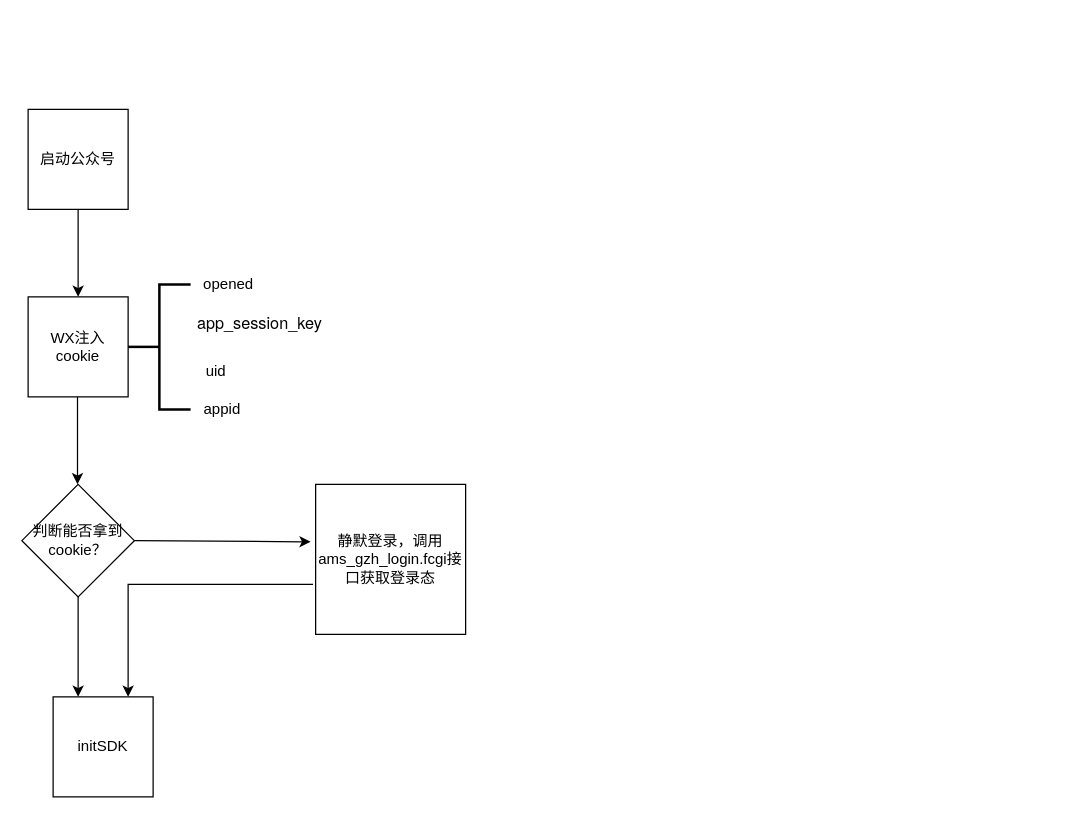
Above: page "第 3 页" (3 of 3) of 未命名绘图.drawio in ios2014/ios-- (draw.io), before the change. Source tidied: cells renumbered, new cells numbered last; positions are measured from the earlier drawing's top-left corner, leaving out a move shared by most shapes. Both pictures are drawn from the tidied source at 125%, with x=0, y=0 at pixel (21, 109).
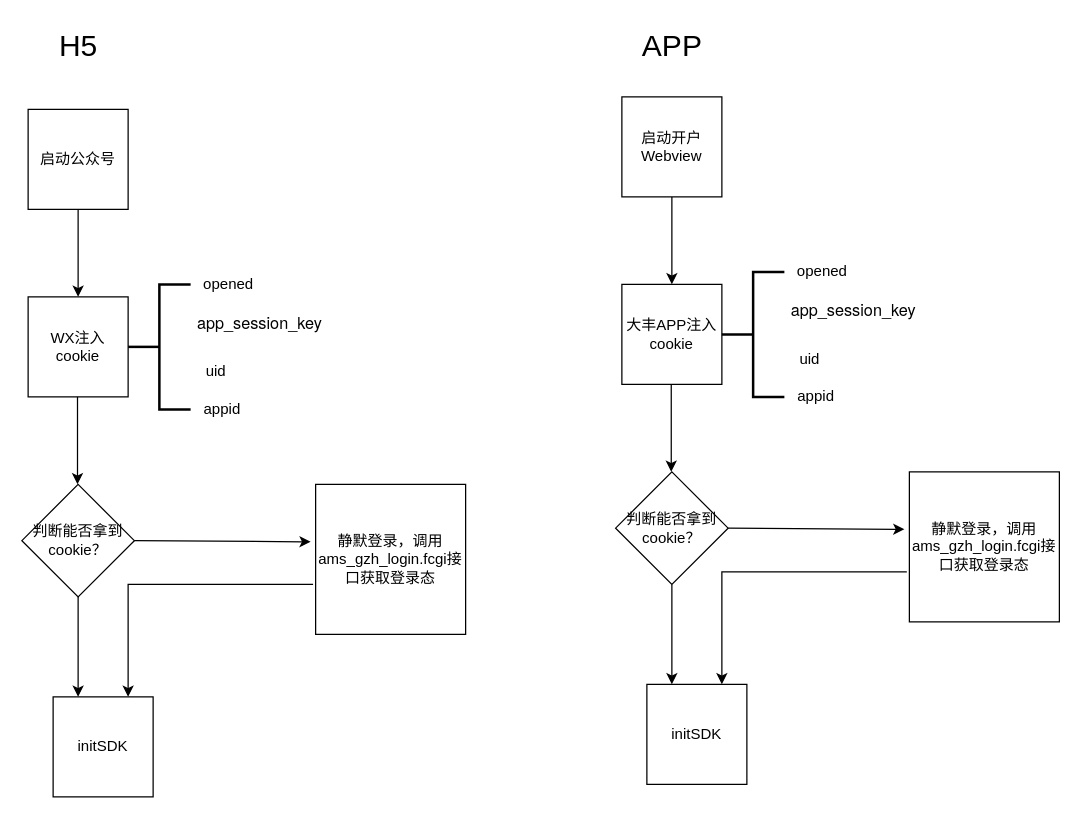
The same diagram, later.

Diff of the diagram source:
```diff
@@
+    <mxCell id="17" value="判断能否拿到cookie？" style="rhombus;whiteSpace=wrap;html=1;" parent="1" vertex="1">
+      <mxGeometry x="475" y="290" width="90" height="90" as="geometry" />
+    </mxCell>
+    <mxCell id="18" value="initSDK" style="whiteSpace=wrap;html=1;" parent="1" vertex="1">
+      <mxGeometry x="500" y="460" width="80" height="80" as="geometry" />
+    </mxCell>
+    <mxCell id="19" value="静默登录，调用ams_gzh_login.fcgi接口获取登录态" style="whiteSpace=wrap;html=1;" parent="1" vertex="1">
+      <mxGeometry x="710" y="290" width="120" height="120" as="geometry" />
+    </mxCell>
+    <mxCell id="20" style="endArrow=classic;html=1;rounded=0;exitX=1;exitY=0.5;exitDx=0;exitDy=0;entryX=-0.033;entryY=0.383;entryDx=0;entryDy=0;entryPerimeter=0;" parent="1" edge="1" source="17" target="19">
+      <mxGeometry relative="1" as="geometry" />
+    </mxCell>
+    <mxCell id="21" style="endArrow=classic;html=1;rounded=0;exitX=0.5;exitY=1;exitDx=0;exitDy=0;entryX=0.25;entryY=0;entryDx=0;entryDy=0;" parent="1" edge="1" source="17" target="18">
+      <mxGeometry relative="1" as="geometry" />
+    </mxCell>
+    <mxCell id="22" style="endArrow=classic;html=1;rounded=0;exitX=-0.017;exitY=0.667;exitDx=0;exitDy=0;entryX=0.75;entryY=0;entryDx=0;entryDy=0;exitPerimeter=0;" parent="1" edge="1" source="19" target="18">
+      <mxGeometry relative="1" as="geometry">
+        <Array as="points">
+          <mxPoint x="560" y="370" />
+        </Array>
+      </mxGeometry>
+    </mxCell>
+    <mxCell id="23" value="大丰APP注入cookie" style="whiteSpace=wrap;html=1;" parent="1" vertex="1">
+      <mxGeometry x="480" y="140" width="80" height="80" as="geometry" />
+    </mxCell>
+    <mxCell id="24" value="启动开户Webview" style="whiteSpace=wrap;html=1;" parent="1" vertex="1">
+      <mxGeometry x="480" y="-10" width="80" height="80" as="geometry" />
+    </mxCell>
+    <mxCell id="25" style="endArrow=classic;html=1;rounded=0;exitX=0.5;exitY=1;exitDx=0;exitDy=0;entryX=0.5;entryY=0;entryDx=0;entryDy=0;" parent="1" edge="1" source="24" target="23">
+      <mxGeometry relative="1" as="geometry" />
+    </mxCell>
+    <mxCell id="26" style="endArrow=classic;html=1;rounded=0;exitX=0.5;exitY=1;exitDx=0;exitDy=0;entryX=0.5;entryY=0;entryDx=0;entryDy=0;" parent="1" edge="1">
+      <mxGeometry relative="1" as="geometry">
+        <mxPoint x="519.5" y="220" as="sourcePoint" />
+        <mxPoint x="519.5" y="290" as="targetPoint" />
+      </mxGeometry>
+    </mxCell>
+    <mxCell id="27" style="strokeWidth=2;html=1;shape=mxgraph.flowchart.annotation_2;align=left;labelPosition=right;" parent="1" vertex="1">
+      <mxGeometry x="560" y="130" width="50" height="100" as="geometry" />
+    </mxCell>
+    <mxCell id="28" value="opened" style="text;html=1;align=center;verticalAlign=middle;strokeColor=none;fillColor=none;" parent="1" vertex="1">
+      <mxGeometry x="610" y="115" width="60" height="30" as="geometry" />
+    </mxCell>
+    <mxCell id="29" value="&lt;p style=&quot;margin: 0px; font-stretch: normal; font-size: 13px; line-height: normal; font-family: &amp;quot;Helvetica Neue&amp;quot;;&quot;&gt;app_session_key&lt;/p&gt;" style="text;html=1;align=center;verticalAlign=middle;strokeColor=none;fillColor=none;" parent="1" vertex="1">
+      <mxGeometry x="600" y="145" width="130" height="30" as="geometry" />
+    </mxCell>
+    <mxCell id="30" value="uid" style="text;html=1;align=center;verticalAlign=middle;strokeColor=none;fillColor=none;" parent="1" vertex="1">
+      <mxGeometry x="610" y="185" width="40" height="30" as="geometry" />
+    </mxCell>
+    <mxCell id="31" value="appid" style="text;html=1;align=center;verticalAlign=middle;strokeColor=none;fillColor=none;" parent="1" vertex="1">
+      <mxGeometry x="610" y="215" width="50" height="30" as="geometry" />
+    </mxCell>
+    <mxCell id="32" value="&lt;font style=&quot;font-size: 24px;&quot;&gt;H5&lt;/font&gt;" style="text;html=1;align=center;verticalAlign=middle;strokeColor=none;fillColor=none;" parent="1" vertex="1">
+      <mxGeometry x="20" y="-70" width="50" height="40" as="geometry" />
+    </mxCell>
+    <mxCell id="33" value="&lt;font size=&quot;5&quot;&gt;APP&lt;/font&gt;" style="text;html=1;align=center;verticalAlign=middle;strokeColor=none;fillColor=none;" parent="1" vertex="1">
+      <mxGeometry x="485" y="-70" width="70" height="40" as="geometry" />
+    </mxCell>
```
